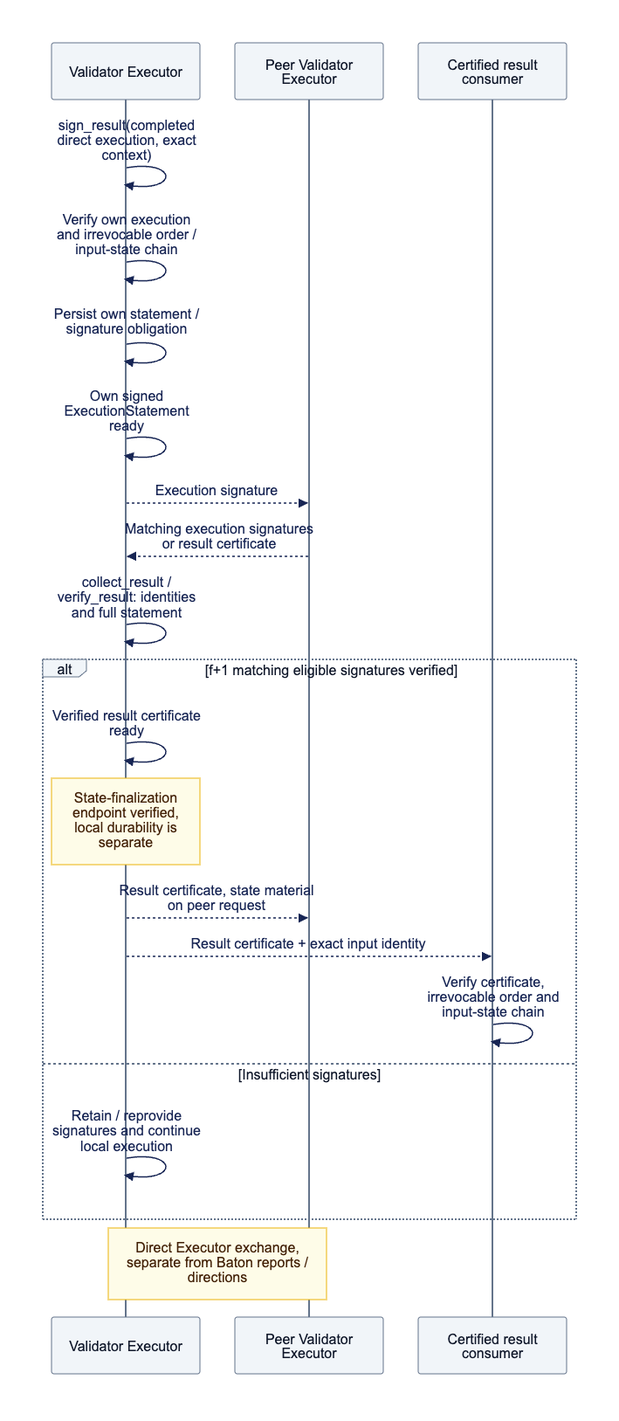
Earlier version of the Mermaid export docs/assets/diagrams/diagram-11.png (djm07073/baton-research). Its source is kept beside it as docs/assets/diagrams/diagram-11.mmd.
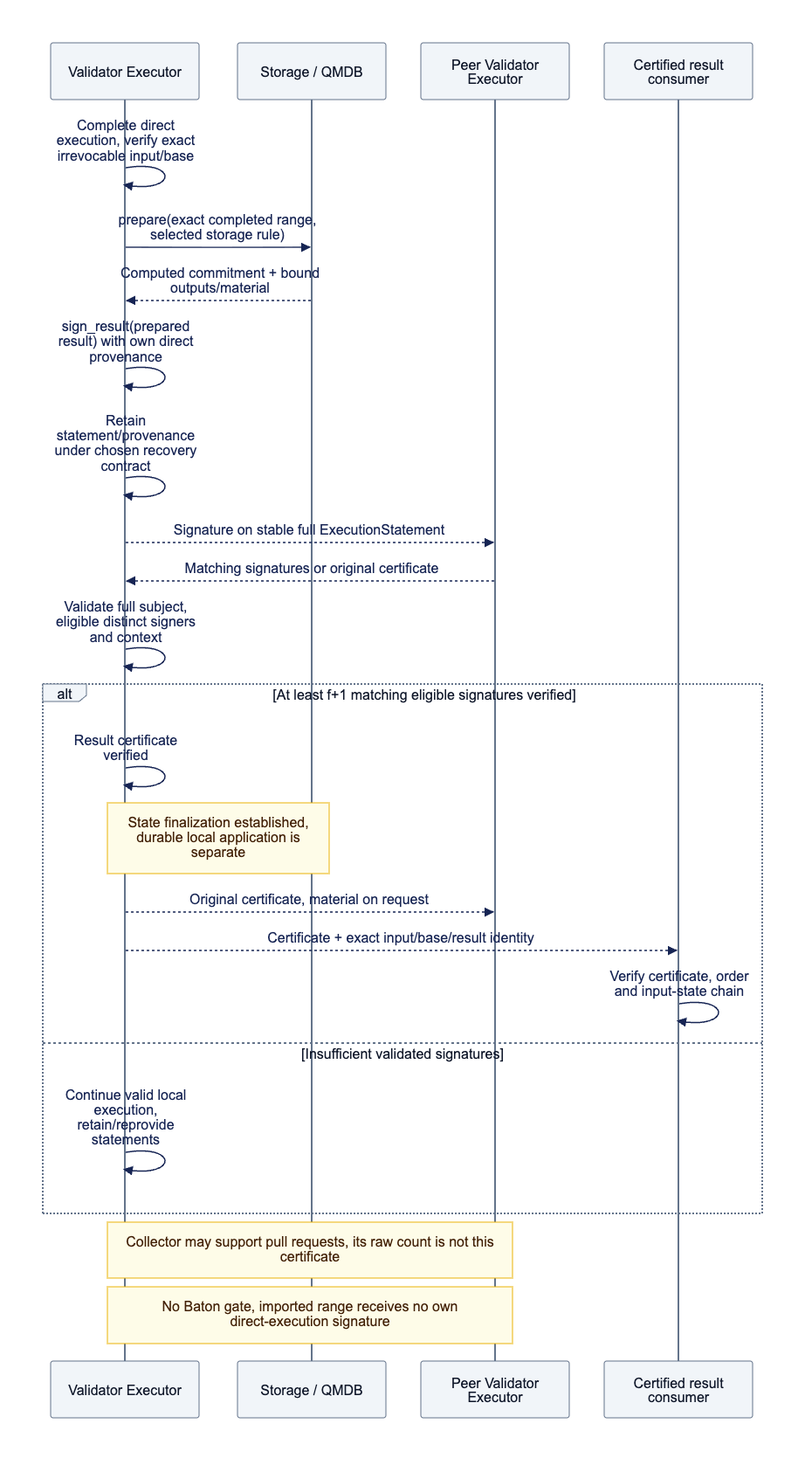
Above is the later version.

Diff of the diagram source:
```diff
@@ -1,21 +1,24 @@
 sequenceDiagram
     participant E as Validator Executor
+    participant S as Storage / QMDB
     participant P as Peer Validator Executor
     participant R as Certified result consumer
-    E->>E: sign_result(completed direct execution, exact context)
-    E->>E: Verify own execution and irrevocable order / input-state chain
-    E->>E: Persist own statement / signature obligation
-    E->>E: Own signed ExecutionStatement ready
-    E-->>P: Execution signature
-    P-->>E: Matching execution signatures or result certificate
-    E->>E: collect_result / verify_result: identities and full statement
-    alt f+1 matching eligible signatures verified
-        E->>E: Verified result certificate ready
-        Note over E: State-finalization endpoint verified, local durability is separate
-        E-->>P: Result certificate, state material on peer request
-        E-->>R: Result certificate + exact input identity
-        R->>R: Verify certificate, irrevocable order and input-state chain
-    else Insufficient signatures
-        E->>E: Retain / reprovide signatures and continue local execution
+    E->>E: Complete direct execution, verify exact irrevocable input/base
+    E->>S: prepare(exact completed range, selected storage rule)
+    S-->>E: Computed commitment + bound outputs/material
+    E->>E: sign_result(prepared result) with own direct provenance
+    E->>E: Retain statement/provenance under chosen recovery contract
+    E-->>P: Signature on stable full ExecutionStatement
+    P-->>E: Matching signatures or original certificate
+    E->>E: Validate full subject, eligible distinct signers and context
+    alt At least f+1 matching eligible signatures verified
+        E->>E: Result certificate verified
+        Note over E,S: State finalization established, durable local application is separate
+        E-->>P: Original certificate, material on request
+        E-->>R: Certificate + exact input/base/result identity
+        R->>R: Verify certificate, order and input-state chain
+    else Insufficient validated signatures
+        E->>E: Continue valid local execution, retain/reprovide statements
     end
-    Note over E,P: Direct Executor exchange, separate from Baton reports / directions
+    Note over E,P: Collector may support pull requests, its raw count is not this certificate
+    Note over E,P: No Baton gate, imported range receives no own direct-execution signature
```
